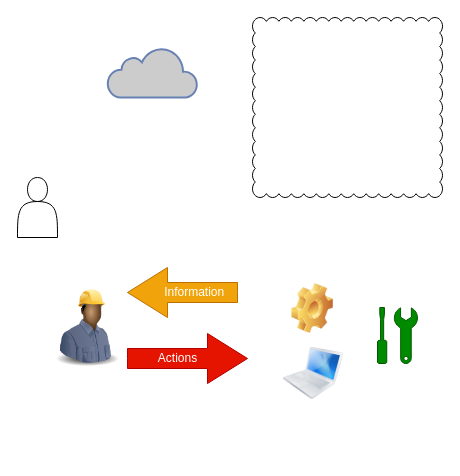
Above: src/shamil-wip/_res/kh1.drawio in Pingvin235/book (draw.io), before the change. Source tidied: cells renumbered, new cells numbered last; positions are measured from the earlier drawing's top-left corner, leaving out a move shared by most shapes. Both pictures are drawn from the tidied source at 100%, with x=0, y=0 at pixel (17, 17).
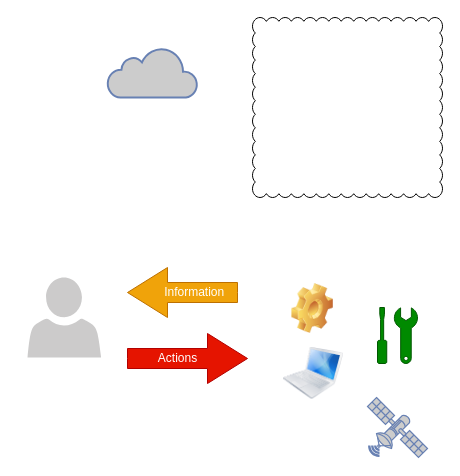
Above is the later version.

The edit, as a diff of the source:
```diff
@@
 <mxGraphModel>
   <root>
     <mxCell id="0" />
     <mxCell id="1" parent="0" />
     <mxCell id="2" style="whiteSpace=wrap;html=1;shape=mxgraph.basic.cloud_rect;" parent="1" vertex="1">
       <mxGeometry x="235" width="190" height="180" as="geometry" />
     </mxCell>
     <mxCell id="3" style="shape=image;html=1;verticalLabelPosition=bottom;verticalAlign=top;imageAspect=0;image=img/clipart/Gear_128x128.png;" parent="1" vertex="1">
       <mxGeometry x="274.2" y="266" width="41.7" height="50" as="geometry" />
     </mxCell>
-    <mxCell id="4" style="image;html=1;image=img/lib/clip_art/people/Construction_Worker_Man_Black_128x128.png;" parent="1" vertex="1">
-      <mxGeometry x="30" y="270" width="80" height="80" as="geometry" />
-    </mxCell>
     <mxCell id="5" style="image;html=1;image=img/lib/clip_art/computers/MacBook_128x128.png;flipH=1;" parent="1" vertex="1">
       <mxGeometry x="265" y="316" width="60" height="80" as="geometry" />
     </mxCell>
     <mxCell id="6" value="&amp;nbsp; &amp;nbsp; &amp;nbsp; &amp;nbsp;Information" style="html=1;shadow=0;dashed=0;align=center;verticalAlign=middle;shape=mxgraph.arrows2.arrow;dy=0.6;dx=40;flipH=1;notch=0;fillColor=#f0a30a;strokeColor=#BD7000;fontColor=#FFFFFF;" parent="1" vertex="1">
       <mxGeometry x="110" y="250" width="110" height="50" as="geometry" />
     </mxCell>
     <mxCell id="7" style="shadow=0;dashed=0;html=1;strokeColor=#005700;fillColor=#008a00;labelPosition=center;verticalLabelPosition=bottom;verticalAlign=top;align=center;shape=mxgraph.office.concepts.maintenance;fontColor=#ffffff;" parent="1" vertex="1">
       <mxGeometry x="360" y="290" width="40" height="56" as="geometry" />
     </mxCell>
     <mxCell id="8" value="Actions&amp;nbsp; &amp;nbsp; &amp;nbsp;&amp;nbsp;" style="html=1;shadow=0;dashed=0;align=center;verticalAlign=middle;shape=mxgraph.arrows2.arrow;dy=0.6;dx=40;flipH=0;notch=0;fillColor=#e51400;strokeColor=#B20000;fontColor=#ffffff;" parent="1" vertex="1">
       <mxGeometry x="110" y="316" width="120" height="50" as="geometry" />
     </mxCell>
-    <mxCell id="9" style="shape=actor;whiteSpace=wrap;html=1;" parent="1" vertex="1">
-      <mxGeometry y="160" width="40" height="60" as="geometry" />
-    </mxCell>
     <mxCell id="10" value="Environment" style="text;html=1;align=center;verticalAlign=middle;fillColor=none;strokeColor=none;rounded=0;fontColor=#FFFFFF;" parent="1" vertex="1">
       <mxGeometry x="290" y="230" width="80" height="20" as="geometry" />
     </mxCell>
     <mxCell id="11" style="html=1;fillColor=#CCCCCC;strokeColor=#6881B3;gradientColor=none;gradientDirection=north;strokeWidth=2;shape=mxgraph.networks.cloud;fontColor=#ffffff;" parent="1" vertex="1">
       <mxGeometry x="90" y="30" width="90" height="50" as="geometry" />
     </mxCell>
+    <mxCell id="12" style="fontColor=#0066CC;verticalAlign=top;verticalLabelPosition=bottom;labelPosition=center;align=center;html=1;fillColor=#CCCCCC;strokeColor=#6881B3;gradientColor=none;gradientDirection=north;strokeWidth=2;shape=mxgraph.networks.satellite;" parent="1" vertex="1">
+      <mxGeometry x="350" y="380" width="60" height="60" as="geometry" />
+    </mxCell>
+    <mxCell id="13" style="shadow=0;dashed=0;html=1;strokeColor=none;labelPosition=center;verticalLabelPosition=bottom;verticalAlign=top;align=center;shape=mxgraph.office.users.user;fillColor=#CCCBCB;" parent="1" vertex="1">
+      <mxGeometry x="10" y="260" width="73.6" height="80" as="geometry" />
+    </mxCell>
   </root>
 </mxGraphModel>
```
